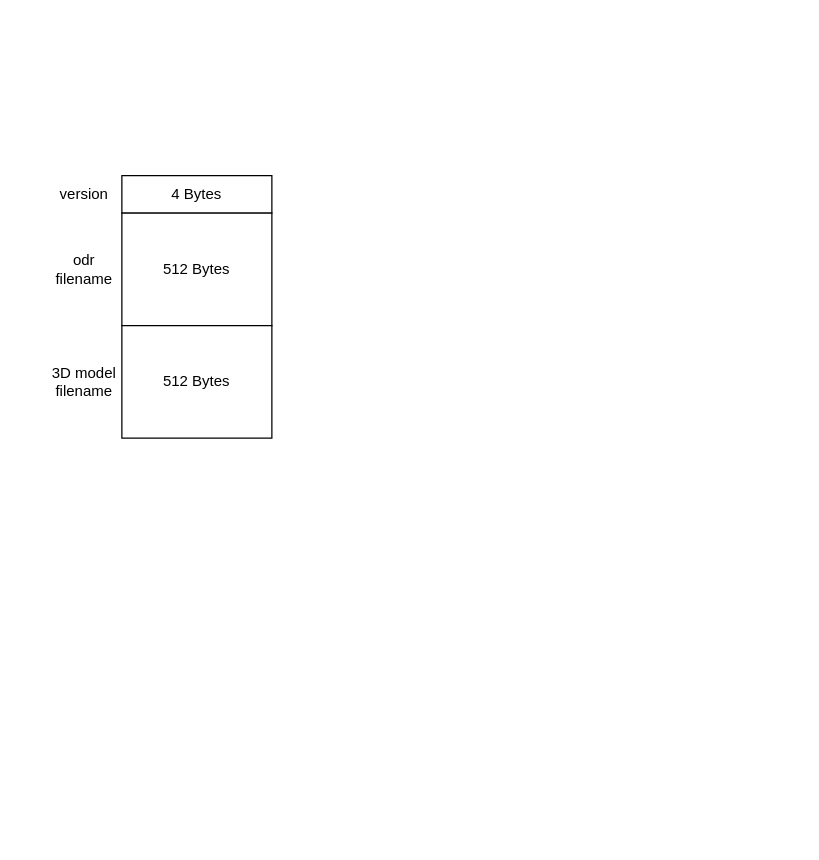
Earlier version of the draw.io diagram data/Untitled Diagram.drawio (SH-ahui/Clouding). Source tidied: cells renumbered, new cells numbered last; positions are measured from the earlier drawing's top-left corner, leaving out a move shared by most shapes. Both pictures are drawn from the tidied source at 125%, with x=0, y=0 at pixel (46, 175).
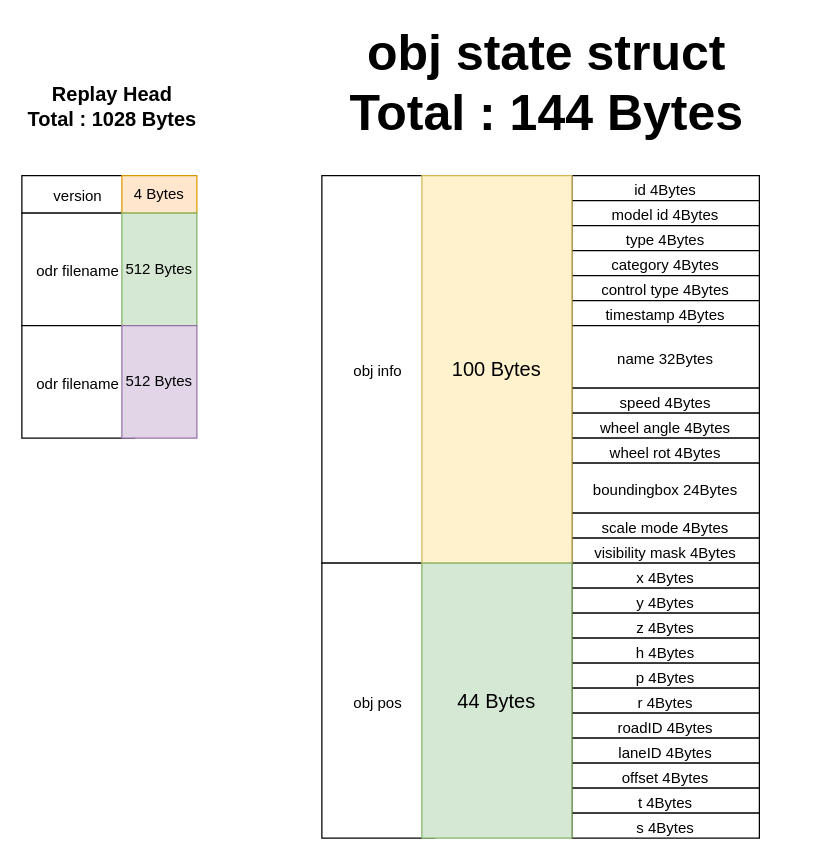
The same page after the edit.

Change to the diagram source:
```diff
@@
+    <mxCell id="8" value="&lt;span class=&quot;mm-editor-clipboard&quot;&gt;&lt;b&gt;&lt;font style=&quot;font-size: 16px;&quot;&gt;Replay Head&lt;br&gt;Total : 1028 Bytes&lt;br&gt;&lt;/font&gt;&lt;/b&gt;&lt;/span&gt;" style="text;html=1;strokeColor=none;fillColor=none;align=center;verticalAlign=middle;whiteSpace=wrap;rounded=0;" parent="1" vertex="1">
+      <mxGeometry x="-20" y="-70" width="145" height="30" as="geometry" />
+    </mxCell>
+    <mxCell id="4" value="&lt;span style=&quot;font-size: 12px;&quot;&gt;version&lt;/span&gt;" style="rounded=0;whiteSpace=wrap;html=1;fontSize=16;" parent="1" vertex="1">
+      <mxGeometry x="-20" width="90" height="30" as="geometry" />
+    </mxCell>
+    <mxCell id="9" value="&lt;span style=&quot;font-size: 12px;&quot;&gt;odr filename&lt;/span&gt;" style="rounded=0;whiteSpace=wrap;html=1;fontSize=16;" parent="1" vertex="1">
+      <mxGeometry x="-20" y="30" width="90" height="90" as="geometry" />
+    </mxCell>
+    <mxCell id="10" value="&lt;span style=&quot;font-size: 12px;&quot;&gt;odr filename&lt;/span&gt;" style="rounded=0;whiteSpace=wrap;html=1;fontSize=16;" parent="1" vertex="1">
+      <mxGeometry x="-20" y="120" width="90" height="90" as="geometry" />
+    </mxCell>
-    <mxCell id="2" value="4 Bytes" style="rounded=0;whiteSpace=wrap;html=1;" parent="1" vertex="1">
-      <mxGeometry x="60" width="120" height="30" as="geometry" />
+    <mxCell id="2" value="4 Bytes" style="rounded=0;whiteSpace=wrap;html=1;fillColor=#ffe6cc;strokeColor=#d79b00;" parent="1" vertex="1">
+      <mxGeometry x="60" width="60" height="30" as="geometry" />
     </mxCell>
-    <mxCell id="3" value="512 Bytes" style="rounded=0;whiteSpace=wrap;html=1;" parent="1" vertex="1">
-      <mxGeometry x="60" y="30" width="120" height="90" as="geometry" />
+    <mxCell id="3" value="512 Bytes" style="rounded=0;whiteSpace=wrap;html=1;fillColor=#d5e8d4;strokeColor=#82b366;" parent="1" vertex="1">
+      <mxGeometry x="60" y="30" width="60" height="90" as="geometry" />
     </mxCell>
-    <mxCell id="4" value="version" style="text;html=1;strokeColor=none;fillColor=none;align=center;verticalAlign=middle;whiteSpace=wrap;rounded=0;" parent="1" vertex="1">
-      <mxGeometry width="60" height="30" as="geometry" />
-    </mxCell>
-    <mxCell id="5" value="512 Bytes" style="rounded=0;whiteSpace=wrap;html=1;" parent="1" vertex="1">
-      <mxGeometry x="60" y="120" width="120" height="90" as="geometry" />
+    <mxCell id="5" value="512 Bytes" style="rounded=0;whiteSpace=wrap;html=1;fillColor=#e1d5e7;strokeColor=#9673a6;" parent="1" vertex="1">
+      <mxGeometry x="60" y="120" width="60" height="90" as="geometry" />
     </mxCell>
-    <mxCell id="6" value="&lt;span class=&quot;mm-editor-clipboard&quot;&gt;odr filename&lt;/span&gt;" style="text;html=1;strokeColor=none;fillColor=none;align=center;verticalAlign=middle;whiteSpace=wrap;rounded=0;" parent="1" vertex="1">
-      <mxGeometry y="60" width="60" height="30" as="geometry" />
-    </mxCell>
-    <mxCell id="7" value="&lt;span class=&quot;mm-editor-clipboard&quot;&gt;3D model filename&lt;/span&gt;" style="text;html=1;strokeColor=none;fillColor=none;align=center;verticalAlign=middle;whiteSpace=wrap;rounded=0;" parent="1" vertex="1">
-      <mxGeometry y="150" width="60" height="30" as="geometry" />
-    </mxCell>
+    <mxCell id="11" value="&lt;span style=&quot;font-size: 12px;&quot;&gt;obj info&lt;/span&gt;" style="rounded=0;whiteSpace=wrap;html=1;fontSize=16;" parent="1" vertex="1">
+      <mxGeometry x="220" width="90" height="310" as="geometry" />
+    </mxCell>
+    <mxCell id="12" value="&lt;span style=&quot;font-size: 12px;&quot;&gt;obj pos&lt;/span&gt;" style="rounded=0;whiteSpace=wrap;html=1;fontSize=16;" parent="1" vertex="1">
+      <mxGeometry x="220" y="310" width="90" height="220" as="geometry" />
+    </mxCell>
+    <mxCell id="13" value="&lt;span style=&quot;font-size: 12px;&quot;&gt;id 4Bytes&lt;/span&gt;" style="rounded=0;whiteSpace=wrap;html=1;fontSize=16;" parent="1" vertex="1">
+      <mxGeometry x="420" width="150" height="20" as="geometry" />
+    </mxCell>
+    <mxCell id="14" value="&lt;span style=&quot;font-size: 12px;&quot;&gt;model id 4Bytes&lt;/span&gt;" style="rounded=0;whiteSpace=wrap;html=1;fontSize=16;" parent="1" vertex="1">
+      <mxGeometry x="420" y="20" width="150" height="20" as="geometry" />
+    </mxCell>
+    <mxCell id="15" value="&lt;span style=&quot;font-size: 12px;&quot;&gt;type 4Bytes&lt;/span&gt;" style="rounded=0;whiteSpace=wrap;html=1;fontSize=16;" parent="1" vertex="1">
+      <mxGeometry x="420" y="40" width="150" height="20" as="geometry" />
+    </mxCell>
+    <mxCell id="16" value="&lt;span style=&quot;font-size: 12px;&quot;&gt;category 4Bytes&lt;/span&gt;" style="rounded=0;whiteSpace=wrap;html=1;fontSize=16;" parent="1" vertex="1">
+      <mxGeometry x="420" y="60" width="150" height="20" as="geometry" />
+    </mxCell>
+    <mxCell id="17" value="&lt;span style=&quot;font-size: 12px;&quot;&gt;control type 4Bytes&lt;/span&gt;" style="rounded=0;whiteSpace=wrap;html=1;fontSize=16;" parent="1" vertex="1">
+      <mxGeometry x="420" y="80" width="150" height="20" as="geometry" />
+    </mxCell>
+    <mxCell id="18" value="&lt;span style=&quot;font-size: 12px;&quot;&gt;timestamp 4Bytes&lt;/span&gt;" style="rounded=0;whiteSpace=wrap;html=1;fontSize=16;" parent="1" vertex="1">
+      <mxGeometry x="420" y="100" width="150" height="20" as="geometry" />
+    </mxCell>
+    <mxCell id="19" value="&lt;span style=&quot;font-size: 12px;&quot;&gt;name 32Bytes&lt;/span&gt;" style="rounded=0;whiteSpace=wrap;html=1;fontSize=16;" parent="1" vertex="1">
+      <mxGeometry x="420" y="120" width="150" height="50" as="geometry" />
+    </mxCell>
+    <mxCell id="20" value="&lt;span style=&quot;font-size: 12px;&quot;&gt;speed 4Bytes&lt;/span&gt;" style="rounded=0;whiteSpace=wrap;html=1;fontSize=16;" parent="1" vertex="1">
+      <mxGeometry x="420" y="170" width="150" height="20" as="geometry" />
+    </mxCell>
+    <mxCell id="21" value="&lt;span style=&quot;font-size: 12px;&quot;&gt;wheel angle 4Bytes&lt;/span&gt;" style="rounded=0;whiteSpace=wrap;html=1;fontSize=16;" parent="1" vertex="1">
+      <mxGeometry x="420" y="190" width="150" height="20" as="geometry" />
+    </mxCell>
+    <mxCell id="22" value="&lt;span style=&quot;font-size: 12px;&quot;&gt;wheel rot 4Bytes&lt;/span&gt;" style="rounded=0;whiteSpace=wrap;html=1;fontSize=16;" parent="1" vertex="1">
+      <mxGeometry x="420" y="210" width="150" height="20" as="geometry" />
+    </mxCell>
+    <mxCell id="23" value="&lt;span style=&quot;font-size: 12px;&quot;&gt;boundingbox 24Bytes&lt;/span&gt;" style="rounded=0;whiteSpace=wrap;html=1;fontSize=16;" parent="1" vertex="1">
+      <mxGeometry x="420" y="230" width="150" height="40" as="geometry" />
+    </mxCell>
+    <mxCell id="24" value="&lt;span style=&quot;font-size: 12px;&quot;&gt;scale mode 4Bytes&lt;/span&gt;" style="rounded=0;whiteSpace=wrap;html=1;fontSize=16;" parent="1" vertex="1">
+      <mxGeometry x="420" y="270" width="150" height="20" as="geometry" />
+    </mxCell>
+    <mxCell id="25" value="&lt;span style=&quot;font-size: 12px;&quot;&gt;visibility mask 4Bytes&lt;/span&gt;" style="rounded=0;whiteSpace=wrap;html=1;fontSize=16;" parent="1" vertex="1">
+      <mxGeometry x="420" y="290" width="150" height="20" as="geometry" />
+    </mxCell>
+    <mxCell id="26" value="&lt;span style=&quot;font-size: 12px;&quot;&gt;x 4Bytes&lt;/span&gt;" style="rounded=0;whiteSpace=wrap;html=1;fontSize=16;" parent="1" vertex="1">
+      <mxGeometry x="420" y="310" width="150" height="20" as="geometry" />
+    </mxCell>
+    <mxCell id="27" value="&lt;span style=&quot;font-size: 12px;&quot;&gt;y 4Bytes&lt;/span&gt;" style="rounded=0;whiteSpace=wrap;html=1;fontSize=16;" parent="1" vertex="1">
+      <mxGeometry x="420" y="330" width="150" height="20" as="geometry" />
+    </mxCell>
+    <mxCell id="28" value="&lt;span style=&quot;font-size: 12px;&quot;&gt;z 4Bytes&lt;/span&gt;" style="rounded=0;whiteSpace=wrap;html=1;fontSize=16;" parent="1" vertex="1">
+      <mxGeometry x="420" y="350" width="150" height="20" as="geometry" />
+    </mxCell>
+    <mxCell id="29" value="&lt;span style=&quot;font-size: 12px;&quot;&gt;h 4Bytes&lt;/span&gt;" style="rounded=0;whiteSpace=wrap;html=1;fontSize=16;" parent="1" vertex="1">
+      <mxGeometry x="420" y="370" width="150" height="20" as="geometry" />
+    </mxCell>
+    <mxCell id="30" value="&lt;span style=&quot;font-size: 12px;&quot;&gt;p 4Bytes&lt;/span&gt;" style="rounded=0;whiteSpace=wrap;html=1;fontSize=16;" parent="1" vertex="1">
+      <mxGeometry x="420" y="390" width="150" height="20" as="geometry" />
+    </mxCell>
+    <mxCell id="31" value="&lt;span style=&quot;font-size: 12px;&quot;&gt;r 4Bytes&lt;/span&gt;" style="rounded=0;whiteSpace=wrap;html=1;fontSize=16;" parent="1" vertex="1">
+      <mxGeometry x="420" y="410" width="150" height="20" as="geometry" />
+    </mxCell>
+    <mxCell id="32" value="&lt;span style=&quot;font-size: 12px;&quot;&gt;roadID 4Bytes&lt;/span&gt;" style="rounded=0;whiteSpace=wrap;html=1;fontSize=16;" parent="1" vertex="1">
+      <mxGeometry x="420" y="430" width="150" height="20" as="geometry" />
+    </mxCell>
+    <mxCell id="33" value="&lt;span style=&quot;font-size: 12px;&quot;&gt;laneID 4Bytes&lt;/span&gt;" style="rounded=0;whiteSpace=wrap;html=1;fontSize=16;" parent="1" vertex="1">
+      <mxGeometry x="420" y="450" width="150" height="20" as="geometry" />
+    </mxCell>
+    <mxCell id="34" value="&lt;span style=&quot;font-size: 12px;&quot;&gt;offset 4Bytes&lt;/span&gt;" style="rounded=0;whiteSpace=wrap;html=1;fontSize=16;" parent="1" vertex="1">
+      <mxGeometry x="420" y="470" width="150" height="20" as="geometry" />
+    </mxCell>
+    <mxCell id="35" value="&lt;span style=&quot;font-size: 12px;&quot;&gt;t 4Bytes&lt;/span&gt;" style="rounded=0;whiteSpace=wrap;html=1;fontSize=16;" parent="1" vertex="1">
+      <mxGeometry x="420" y="490" width="150" height="20" as="geometry" />
+    </mxCell>
+    <mxCell id="36" value="&lt;span style=&quot;font-size: 12px;&quot;&gt;s 4Bytes&lt;/span&gt;" style="rounded=0;whiteSpace=wrap;html=1;fontSize=16;" parent="1" vertex="1">
+      <mxGeometry x="420" y="510" width="150" height="20" as="geometry" />
+    </mxCell>
+    <mxCell id="37" value="100 Bytes" style="rounded=0;whiteSpace=wrap;html=1;fontSize=16;fillColor=#fff2cc;strokeColor=#d6b656;" parent="1" vertex="1">
+      <mxGeometry x="300" width="120" height="310" as="geometry" />
+    </mxCell>
+    <mxCell id="38" value="44 Bytes" style="rounded=0;whiteSpace=wrap;html=1;fontSize=16;fillColor=#d5e8d4;strokeColor=#82b366;" parent="1" vertex="1">
+      <mxGeometry x="300" y="310" width="120" height="220" as="geometry" />
+    </mxCell>
+    <mxCell id="39" value="&lt;span class=&quot;mm-editor-clipboard&quot;&gt;&lt;b style=&quot;font-size: 40px;&quot;&gt;&lt;font style=&quot;font-size: 40px;&quot;&gt;obj state struct&lt;br&gt;Total : 144 Bytes&lt;br&gt;&lt;/font&gt;&lt;/b&gt;&lt;/span&gt;" style="text;html=1;strokeColor=none;fillColor=none;align=center;verticalAlign=middle;whiteSpace=wrap;rounded=0;" parent="1" vertex="1">
+      <mxGeometry x="200" y="-90" width="400" height="30" as="geometry" />
+    </mxCell>
```
